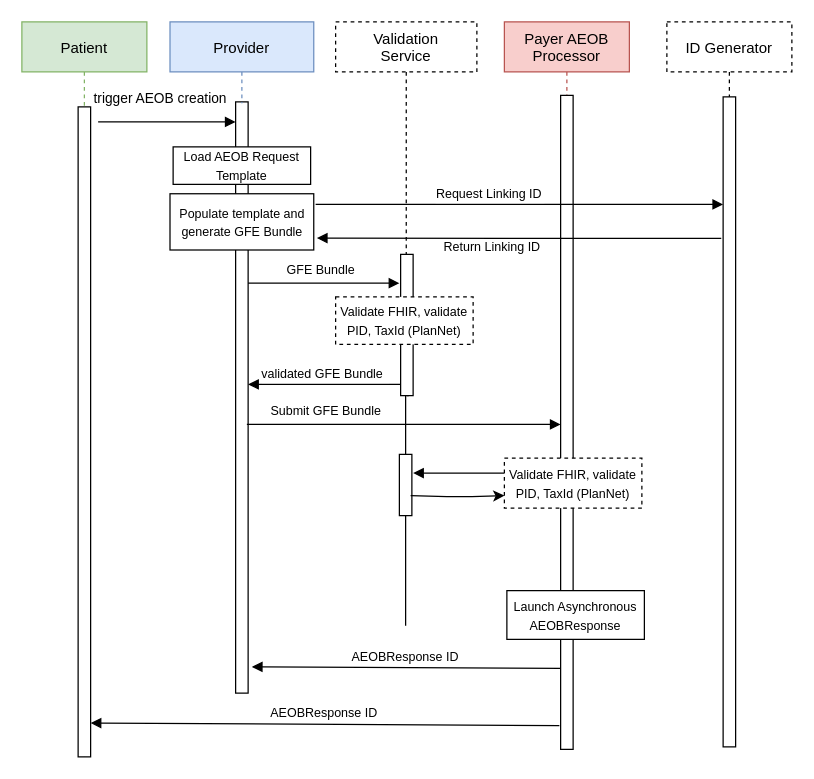
Earlier version of the draw.io diagram input/images/SubmitAEOB.drawio (HL7/davinci-pct). Source tidied: cells renumbered, new cells numbered last; positions are measured from the earlier drawing's top-left corner, leaving out a move shared by most shapes. Both pictures are drawn from the tidied source at 125%, with x=0, y=0 at pixel (21, 21).
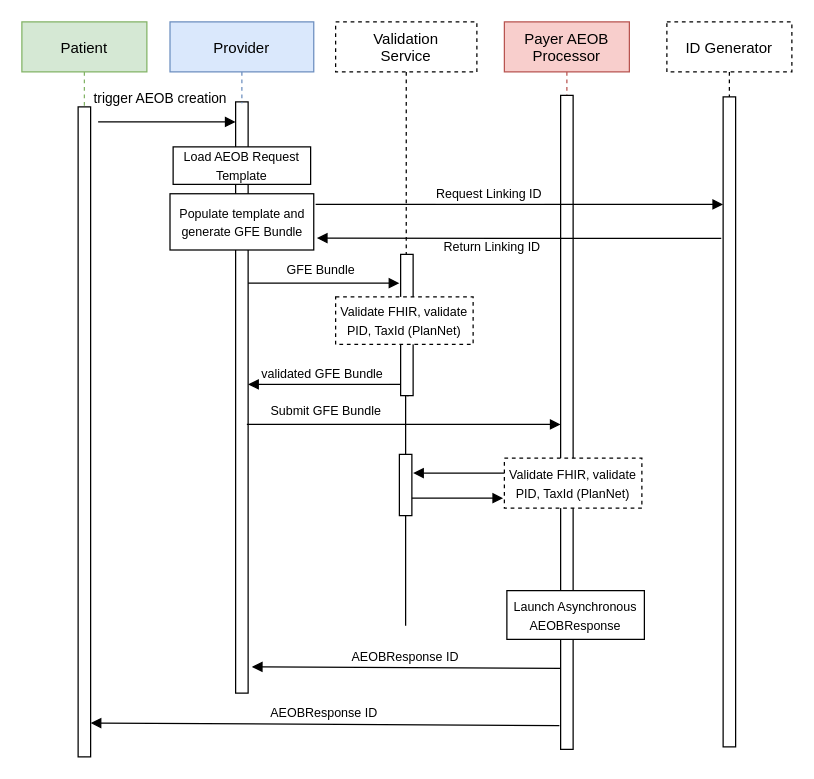
The same page after the edit.

Unchanged cells that the change refers to:
```xml
<mxCell id="28" style="points=[];perimeter=orthogonalPerimeter;rounded=0;shadow=0;strokeWidth=1;" parent="1" vertex="1">
  <mxGeometry x="302" y="346" width="10" height="49" as="geometry" />
</mxCell>
```

Change to the diagram source:
```diff
@@
-    <mxCell id="30" style="endArrow=classic;html=1;fontSize=10;exitX=0.9;exitY=0.673;exitDx=0;exitDy=0;exitPerimeter=0;" parent="1" edge="1" source="28">
-      <mxGeometry relative="1" as="geometry">
-        <mxPoint x="386" y="379" as="targetPoint" />
-        <Array as="points">
-          <mxPoint x="350" y="380" />
-        </Array>
-      </mxGeometry>
-    </mxCell>
@@
+    <mxCell id="32" style="verticalAlign=bottom;endArrow=block;shadow=0;strokeWidth=1;fontSize=10;" parent="1" edge="1">
+      <mxGeometry x="-0.15" relative="1" as="geometry">
+        <mxPoint x="312" y="381" as="sourcePoint" />
+        <mxPoint x="385" y="381" as="targetPoint" />
+      </mxGeometry>
+    </mxCell>
```
